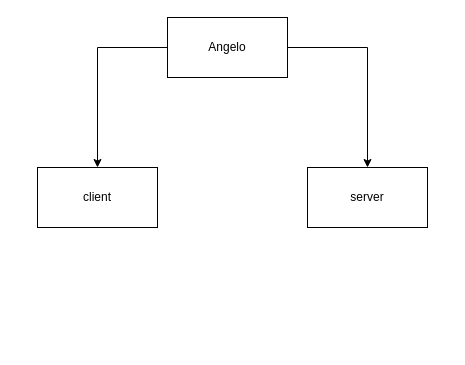
This is diagrams.drawio from baldore/angelo, a draw.io file, before an edit. Source tidied: cells renumbered, new cells numbered last; positions are measured from the earlier drawing's top-left corner, leaving out a move shared by most shapes. Both pictures are drawn from the tidied source at 100%, with x=0, y=0 at pixel (37, 17).
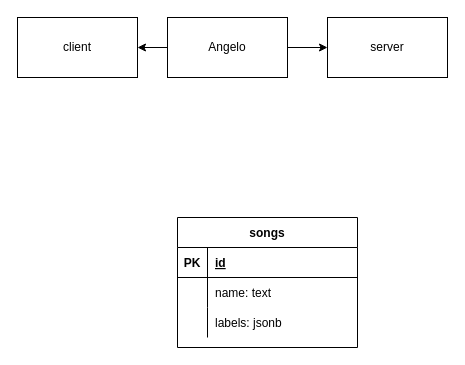
After the change.

Commit message (it also covers changes not shown here):
WIP - labels per song

Diff of the diagram source:
```diff
@@
 <mxGraphModel>
   <root>
     <mxCell id="0" />
     <mxCell id="1" parent="0" />
     <mxCell id="2" style="edgeStyle=orthogonalEdgeStyle;rounded=0;jettySize=auto;html=1;" parent="1" edge="1" source="4" target="5">
       <mxGeometry relative="1" as="geometry" />
     </mxCell>
     <mxCell id="3" style="edgeStyle=orthogonalEdgeStyle;rounded=0;jettySize=auto;html=1;exitX=1;exitY=0.5;exitDx=0;exitDy=0;" parent="1" edge="1" source="4" target="6">
       <mxGeometry relative="1" as="geometry" />
     </mxCell>
     <mxCell id="4" value="Angelo" style="rounded=0;whiteSpace=wrap;html=1;" parent="1" vertex="1">
       <mxGeometry x="130" width="120" height="60" as="geometry" />
     </mxCell>
     <mxCell id="5" value="client" style="rounded=0;whiteSpace=wrap;html=1;" parent="1" vertex="1">
-      <mxGeometry y="150" width="120" height="60" as="geometry" />
+      <mxGeometry x="-20" width="120" height="60" as="geometry" />
     </mxCell>
     <mxCell id="6" value="server" style="rounded=0;whiteSpace=wrap;html=1;" parent="1" vertex="1">
-      <mxGeometry x="270" y="150" width="120" height="60" as="geometry" />
+      <mxGeometry x="290" width="120" height="60" as="geometry" />
     </mxCell>
+    <mxCell id="7" value="songs" style="shape=table;startSize=30;childLayout=tableLayout;rowLines=0;fontStyle=1;align=center;" parent="1" vertex="1">
+      <mxGeometry x="140" y="200" width="180" height="130" as="geometry" />
+    </mxCell>
+    <mxCell id="8" style="shape=partialRectangle;fillColor=none;top=0;left=0;bottom=1;right=0;" parent="7" vertex="1">
+      <mxGeometry y="30" width="180" height="30" as="geometry" />
+    </mxCell>
+    <mxCell id="9" value="PK" style="shape=partialRectangle;fillColor=none;top=0;left=0;bottom=0;right=0;fontStyle=1;overflow=hidden;" parent="8" vertex="1">
+      <mxGeometry width="30" height="30" as="geometry" />
+    </mxCell>
+    <mxCell id="10" value="id" style="shape=partialRectangle;fillColor=none;top=0;left=0;bottom=0;right=0;align=left;spacingLeft=6;fontStyle=5;overflow=hidden;" parent="8" vertex="1">
+      <mxGeometry x="30" width="150" height="30" as="geometry" />
+    </mxCell>
+    <mxCell id="11" style="shape=partialRectangle;fillColor=none;top=0;left=0;bottom=0;right=0;" parent="7" vertex="1">
+      <mxGeometry y="60" width="180" height="30" as="geometry" />
+    </mxCell>
+    <mxCell id="12" style="shape=partialRectangle;fillColor=none;top=0;left=0;bottom=0;right=0;overflow=hidden;" parent="11" vertex="1">
+      <mxGeometry width="30" height="30" as="geometry" />
+    </mxCell>
+    <mxCell id="13" value="name: text" style="shape=partialRectangle;fillColor=none;top=0;left=0;bottom=0;right=0;align=left;spacingLeft=6;overflow=hidden;" parent="11" vertex="1">
+      <mxGeometry x="30" width="150" height="30" as="geometry" />
+    </mxCell>
+    <mxCell id="14" style="shape=partialRectangle;fillColor=none;top=0;left=0;bottom=0;right=0;" parent="7" vertex="1">
+      <mxGeometry y="90" width="180" height="30" as="geometry" />
+    </mxCell>
+    <mxCell id="15" style="shape=partialRectangle;fillColor=none;top=0;left=0;bottom=0;right=0;overflow=hidden;" parent="14" vertex="1">
+      <mxGeometry width="30" height="30" as="geometry" />
+    </mxCell>
+    <mxCell id="16" value="labels: jsonb" style="shape=partialRectangle;fillColor=none;top=0;left=0;bottom=0;right=0;align=left;spacingLeft=6;overflow=hidden;" parent="14" vertex="1">
+      <mxGeometry x="30" width="150" height="30" as="geometry" />
+    </mxCell>
   </root>
 </mxGraphModel>
```
